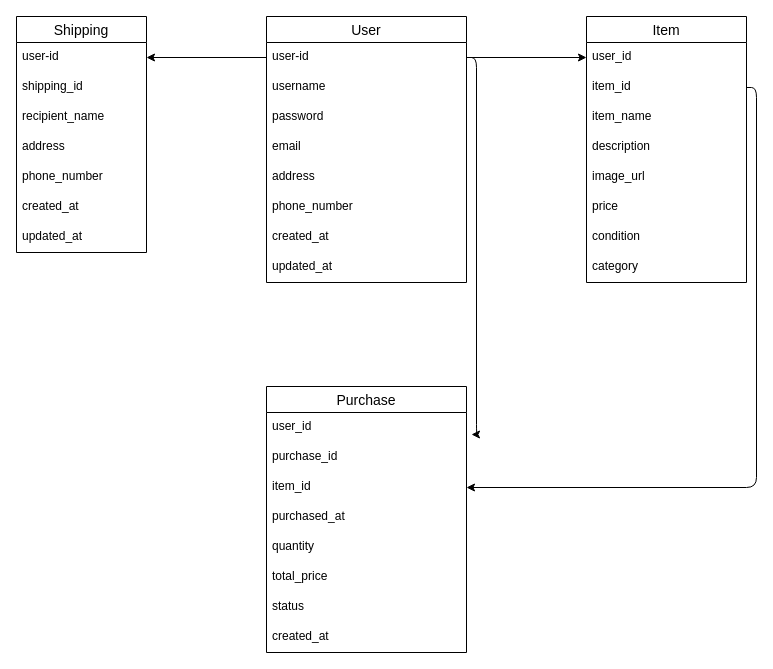
rukorietta/furima-39246 keeps this draw.io diagram as test.dio. Above is the earlier version. Source tidied: cells renumbered, new cells numbered last; positions are measured from the earlier drawing's top-left corner, leaving out a move shared by most shapes. Both pictures are drawn from the tidied source at 100%, with x=0, y=0 at pixel (16, 16).
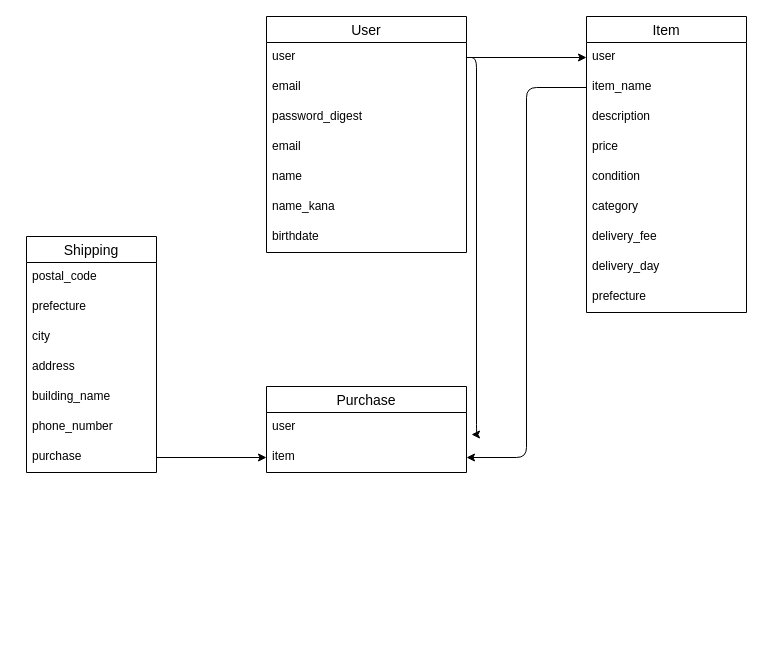
The same page after the edit.

Commit message (it also covers changes not shown here):
REAME/ER図修正

Diff of the diagram source:
```diff
@@
     <mxCell id="2" value="User" style="swimlane;fontStyle=0;horizontal=1;startSize=26;align=center;fontSize=14;" parent="1" vertex="1">
-      <mxGeometry x="250" width="200" height="266" as="geometry" />
+      <mxGeometry x="250" width="200" height="236" as="geometry" />
     </mxCell>
-    <mxCell id="3" value="user-id" style="text;strokeColor=none;fillColor=none;spacingLeft=4;spacingRight=4;overflow=hidden;points=[[0,0.5],[1,0.5]];portConstraint=eastwest;fontSize=12;" parent="2" vertex="1">
+    <mxCell id="3" value="user" style="text;strokeColor=none;fillColor=none;spacingLeft=4;spacingRight=4;overflow=hidden;points=[[0,0.5],[1,0.5]];portConstraint=eastwest;fontSize=12;" parent="2" vertex="1">
       <mxGeometry y="26" width="200" height="30" as="geometry" />
     </mxCell>
-    <mxCell id="4" value="username" style="text;strokeColor=none;fillColor=none;spacingLeft=4;spacingRight=4;overflow=hidden;fontSize=12;" parent="2" vertex="1">
+    <mxCell id="4" value="email" style="text;strokeColor=none;fillColor=none;spacingLeft=4;spacingRight=4;overflow=hidden;fontSize=12;" parent="2" vertex="1">
       <mxGeometry y="56" width="200" height="30" as="geometry" />
     </mxCell>
-    <mxCell id="5" value="password" style="text;strokeColor=none;fillColor=none;spacingLeft=4;spacingRight=4;overflow=hidden;fontSize=12;" parent="2" vertex="1">
+    <mxCell id="5" value="password_digest" style="text;strokeColor=none;fillColor=none;spacingLeft=4;spacingRight=4;overflow=hidden;fontSize=12;" parent="2" vertex="1">
       <mxGeometry y="86" width="200" height="30" as="geometry" />
     </mxCell>
@@
-    <mxCell id="7" value="address" style="text;strokeColor=none;fillColor=none;spacingLeft=4;spacingRight=4;overflow=hidden;fontSize=12;" parent="2" vertex="1">
+    <mxCell id="7" value="name" style="text;strokeColor=none;fillColor=none;spacingLeft=4;spacingRight=4;overflow=hidden;fontSize=12;" parent="2" vertex="1">
       <mxGeometry y="146" width="200" height="30" as="geometry" />
     </mxCell>
-    <mxCell id="8" value="phone_number" style="text;strokeColor=none;fillColor=none;spacingLeft=4;spacingRight=4;overflow=hidden;fontSize=12;" parent="2" vertex="1">
+    <mxCell id="8" value="name_kana" style="text;strokeColor=none;fillColor=none;spacingLeft=4;spacingRight=4;overflow=hidden;fontSize=12;" parent="2" vertex="1">
       <mxGeometry y="176" width="200" height="30" as="geometry" />
     </mxCell>
-    <mxCell id="9" value="created_at" style="text;strokeColor=none;fillColor=none;spacingLeft=4;spacingRight=4;overflow=hidden;fontSize=12;" parent="2" vertex="1">
+    <mxCell id="9" value="birthdate" style="text;strokeColor=none;fillColor=none;spacingLeft=4;spacingRight=4;overflow=hidden;fontSize=12;" parent="2" vertex="1">
       <mxGeometry y="206" width="200" height="30" as="geometry" />
     </mxCell>
-    <mxCell id="10" value="updated_at" style="text;strokeColor=none;fillColor=none;spacingLeft=4;spacingRight=4;overflow=hidden;fontSize=12;" parent="2" vertex="1">
-      <mxGeometry y="236" width="200" height="30" as="geometry" />
-    </mxCell>
     <mxCell id="11" value="Item" style="swimlane;fontStyle=0;horizontal=1;startSize=26;align=center;fontSize=14;" parent="1" vertex="1">
-      <mxGeometry x="570" width="160" height="266" as="geometry" />
+      <mxGeometry x="570" width="160" height="296" as="geometry" />
     </mxCell>
-    <mxCell id="12" value="user_id" style="text;strokeColor=none;fillColor=none;spacingLeft=4;spacingRight=4;overflow=hidden;points=[[0,0.5],[1,0.5]];portConstraint=eastwest;fontSize=12;" parent="11" vertex="1">
+    <mxCell id="12" value="user" style="text;strokeColor=none;fillColor=none;spacingLeft=4;spacingRight=4;overflow=hidden;points=[[0,0.5],[1,0.5]];portConstraint=eastwest;fontSize=12;" parent="11" vertex="1">
       <mxGeometry y="26" width="160" height="30" as="geometry" />
     </mxCell>
-    <mxCell id="13" value="item_id" style="text;strokeColor=none;fillColor=none;spacingLeft=4;spacingRight=4;overflow=hidden;points=[[0,0.5],[1,0.5]];portConstraint=eastwest;fontSize=12;" parent="11" vertex="1">
+    <mxCell id="13" value="item_name" style="text;strokeColor=none;fillColor=none;spacingLeft=4;spacingRight=4;overflow=hidden;points=[[0,0.5],[1,0.5]];portConstraint=eastwest;fontSize=12;" parent="11" vertex="1">
       <mxGeometry y="56" width="160" height="30" as="geometry" />
     </mxCell>
-    <mxCell id="14" value="item_name" style="text;strokeColor=none;fillColor=none;spacingLeft=4;spacingRight=4;overflow=hidden;fontSize=12;" parent="11" vertex="1">
-      <mxGeometry y="86" width="160" height="30" as="geometry" />
-    </mxCell>
     <mxCell id="15" value="description" style="text;strokeColor=none;fillColor=none;spacingLeft=4;spacingRight=4;overflow=hidden;fontSize=12;" parent="11" vertex="1">
-      <mxGeometry y="116" width="160" height="30" as="geometry" />
+      <mxGeometry y="86" width="160" height="30" as="geometry" />
     </mxCell>
-    <mxCell id="16" value="image_url" style="text;strokeColor=none;fillColor=none;spacingLeft=4;spacingRight=4;overflow=hidden;fontSize=12;" parent="11" vertex="1">
-      <mxGeometry y="146" width="160" height="30" as="geometry" />
-    </mxCell>
     <mxCell id="17" value="price" style="text;strokeColor=none;fillColor=none;spacingLeft=4;spacingRight=4;overflow=hidden;fontSize=12;" parent="11" vertex="1">
-      <mxGeometry y="176" width="160" height="30" as="geometry" />
+      <mxGeometry y="116" width="160" height="30" as="geometry" />
     </mxCell>
     <mxCell id="18" value="condition" style="text;strokeColor=none;fillColor=none;spacingLeft=4;spacingRight=4;overflow=hidden;fontSize=12;" parent="11" vertex="1">
-      <mxGeometry y="206" width="160" height="30" as="geometry" />
+      <mxGeometry y="146" width="160" height="30" as="geometry" />
     </mxCell>
     <mxCell id="19" value="category" style="text;strokeColor=none;fillColor=none;spacingLeft=4;spacingRight=4;overflow=hidden;fontSize=12;" parent="11" vertex="1">
-      <mxGeometry y="236" width="160" height="30" as="geometry" />
+      <mxGeometry y="176" width="160" height="30" as="geometry" />
     </mxCell>
+    <mxCell id="41" value="delivery_fee" style="text;strokeColor=none;fillColor=none;spacingLeft=4;spacingRight=4;overflow=hidden;fontSize=12;" parent="11" vertex="1">
+      <mxGeometry y="206" width="160" height="30" as="geometry" />
+    </mxCell>
+    <mxCell id="42" value="delivery_day" style="text;strokeColor=none;fillColor=none;spacingLeft=4;spacingRight=4;overflow=hidden;fontSize=12;" parent="11" vertex="1">
+      <mxGeometry y="236" width="160" height="30" as="geometry" />
+    </mxCell>
+    <mxCell id="43" value="prefecture" style="text;strokeColor=none;fillColor=none;spacingLeft=4;spacingRight=4;overflow=hidden;fontSize=12;" parent="11" vertex="1">
+      <mxGeometry y="266" width="160" height="30" as="geometry" />
+    </mxCell>
     <mxCell id="20" value="Purchase" style="swimlane;fontStyle=0;horizontal=1;startSize=26;align=center;fontSize=14;" parent="1" vertex="1">
-      <mxGeometry x="250" y="370" width="200" height="266" as="geometry" />
+      <mxGeometry x="250" y="370" width="200" height="86" as="geometry" />
     </mxCell>
-    <mxCell id="21" value="user_id" style="text;strokeColor=none;fillColor=none;spacingLeft=4;spacingRight=4;overflow=hidden;points=[[0,0.5],[1,0.5]];portConstraint=eastwest;fontSize=12;" parent="20" vertex="1">
+    <mxCell id="21" value="user" style="text;strokeColor=none;fillColor=none;spacingLeft=4;spacingRight=4;overflow=hidden;points=[[0,0.5],[1,0.5]];portConstraint=eastwest;fontSize=12;" parent="20" vertex="1">
       <mxGeometry y="26" width="200" height="30" as="geometry" />
     </mxCell>
-    <mxCell id="22" value="purchase_id" style="text;strokeColor=none;fillColor=none;spacingLeft=4;spacingRight=4;overflow=hidden;fontSize=12;" parent="20" vertex="1">
-      <mxGeometry y="56" width="200" height="30" as="geometry" />
-    </mxCell>
-    <mxCell id="23" value="item_id" style="text;strokeColor=none;fillColor=none;spacingLeft=4;spacingRight=4;overflow=hidden;points=[[0,0.5],[1,0.5]];portConstraint=eastwest;fontSize=12;" parent="20" vertex="1">
-      <mxGeometry y="86" width="200" height="30" as="geometry" />
+    <mxCell id="23" value="item" style="text;strokeColor=none;fillColor=none;spacingLeft=4;spacingRight=4;overflow=hidden;points=[[0,0.5],[1,0.5]];portConstraint=eastwest;fontSize=12;" parent="20" vertex="1">
+      <mxGeometry y="56" width="200" height="30" as="geometry" />
     </mxCell>
-    <mxCell id="24" value="purchased_at" style="text;strokeColor=none;fillColor=none;spacingLeft=4;spacingRight=4;overflow=hidden;fontSize=12;" parent="20" vertex="1">
-      <mxGeometry y="116" width="200" height="30" as="geometry" />
-    </mxCell>
-    <mxCell id="25" value="quantity" style="text;strokeColor=none;fillColor=none;spacingLeft=4;spacingRight=4;overflow=hidden;fontSize=12;" parent="20" vertex="1">
-      <mxGeometry y="146" width="200" height="30" as="geometry" />
-    </mxCell>
-    <mxCell id="26" value="total_price" style="text;strokeColor=none;fillColor=none;spacingLeft=4;spacingRight=4;overflow=hidden;fontSize=12;" parent="20" vertex="1">
-      <mxGeometry y="176" width="200" height="30" as="geometry" />
-    </mxCell>
-    <mxCell id="27" value="status" style="text;strokeColor=none;fillColor=none;spacingLeft=4;spacingRight=4;overflow=hidden;fontSize=12;" parent="20" vertex="1">
-      <mxGeometry y="206" width="200" height="30" as="geometry" />
-    </mxCell>
-    <mxCell id="28" value="created_at" style="text;strokeColor=none;fillColor=none;spacingLeft=4;spacingRight=4;overflow=hidden;fontSize=12;" parent="20" vertex="1">
-      <mxGeometry y="236" width="200" height="30" as="geometry" />
-    </mxCell>
     <mxCell id="29" value="Shipping" style="swimlane;fontStyle=0;horizontal=1;startSize=26;align=center;fontSize=14;" parent="1" vertex="1">
-      <mxGeometry width="130" height="236" as="geometry" />
+      <mxGeometry x="10" y="220" width="130" height="236" as="geometry" />
     </mxCell>
-    <mxCell id="30" value="user-id" style="text;strokeColor=none;fillColor=none;spacingLeft=4;spacingRight=4;overflow=hidden;points=[[0,0.5],[1,0.5]];portConstraint=eastwest;fontSize=12;" parent="29" vertex="1">
+    <mxCell id="30" value="postal_code" style="text;strokeColor=none;fillColor=none;spacingLeft=4;spacingRight=4;overflow=hidden;points=[[0,0.5],[1,0.5]];portConstraint=eastwest;fontSize=12;" parent="29" vertex="1">
       <mxGeometry y="26" width="130" height="30" as="geometry" />
     </mxCell>
-    <mxCell id="31" value="shipping_id" style="text;strokeColor=none;fillColor=none;spacingLeft=4;spacingRight=4;overflow=hidden;fontSize=12;" parent="29" vertex="1">
+    <mxCell id="31" value="prefecture" style="text;strokeColor=none;fillColor=none;spacingLeft=4;spacingRight=4;overflow=hidden;fontSize=12;" parent="29" vertex="1">
       <mxGeometry y="56" width="130" height="30" as="geometry" />
     </mxCell>
-    <mxCell id="32" value="recipient_name" style="text;strokeColor=none;fillColor=none;spacingLeft=4;spacingRight=4;overflow=hidden;fontSize=12;" parent="29" vertex="1">
+    <mxCell id="32" value="city" style="text;strokeColor=none;fillColor=none;spacingLeft=4;spacingRight=4;overflow=hidden;fontSize=12;" parent="29" vertex="1">
       <mxGeometry y="86" width="130" height="30" as="geometry" />
     </mxCell>
@@
-    <mxCell id="34" value="phone_number" style="text;strokeColor=none;fillColor=none;spacingLeft=4;spacingRight=4;overflow=hidden;fontSize=12;" parent="29" vertex="1">
+    <mxCell id="34" value="building_name" style="text;strokeColor=none;fillColor=none;spacingLeft=4;spacingRight=4;overflow=hidden;fontSize=12;" parent="29" vertex="1">
       <mxGeometry y="146" width="130" height="30" as="geometry" />
     </mxCell>
-    <mxCell id="35" value="created_at" style="text;strokeColor=none;fillColor=none;spacingLeft=4;spacingRight=4;overflow=hidden;fontSize=12;" parent="29" vertex="1">
+    <mxCell id="35" value="phone_number" style="text;strokeColor=none;fillColor=none;spacingLeft=4;spacingRight=4;overflow=hidden;fontSize=12;" parent="29" vertex="1">
       <mxGeometry y="176" width="130" height="30" as="geometry" />
     </mxCell>
-    <mxCell id="36" value="updated_at" style="text;strokeColor=none;fillColor=none;spacingLeft=4;spacingRight=4;overflow=hidden;points=[[0,0.5],[1,0.5]];portConstraint=eastwest;fontSize=12;" parent="29" vertex="1">
+    <mxCell id="36" value="purchase" style="text;strokeColor=none;fillColor=none;spacingLeft=4;spacingRight=4;overflow=hidden;points=[[0,0.5],[1,0.5]];portConstraint=eastwest;fontSize=12;" parent="29" vertex="1">
       <mxGeometry y="206" width="130" height="30" as="geometry" />
     </mxCell>
@@
-    <mxCell id="38" style="edgeStyle=orthogonalEdgeStyle;html=1;exitX=0;exitY=0.5;exitDx=0;exitDy=0;entryX=1;entryY=0.5;entryDx=0;entryDy=0;" parent="1" edge="1" source="3" target="30">
-      <mxGeometry relative="1" as="geometry" />
-    </mxCell>
+    <mxCell id="40" style="edgeStyle=orthogonalEdgeStyle;html=1;exitX=1;exitY=0.5;exitDx=0;exitDy=0;entryX=1.025;entryY=0.733;entryDx=0;entryDy=0;entryPerimeter=0;" parent="1" edge="1" source="3" target="21">
+      <mxGeometry relative="1" as="geometry" />
+    </mxCell>
-    <mxCell id="39" style="edgeStyle=orthogonalEdgeStyle;html=1;exitX=1;exitY=0.5;exitDx=0;exitDy=0;entryX=1;entryY=0.5;entryDx=0;entryDy=0;" parent="1" edge="1" source="13" target="23">
+    <mxCell id="39" style="edgeStyle=orthogonalEdgeStyle;html=1;exitX=0;exitY=0.5;exitDx=0;exitDy=0;entryX=1;entryY=0.5;entryDx=0;entryDy=0;" parent="1" edge="1" source="13" target="23">
       <mxGeometry relative="1" as="geometry" />
     </mxCell>
-    <mxCell id="40" style="edgeStyle=orthogonalEdgeStyle;html=1;exitX=1;exitY=0.5;exitDx=0;exitDy=0;entryX=1.025;entryY=0.733;entryDx=0;entryDy=0;entryPerimeter=0;" parent="1" edge="1" source="3" target="21">
-      <mxGeometry relative="1" as="geometry" />
-    </mxCell>
+    <mxCell id="44" style="edgeStyle=orthogonalEdgeStyle;html=1;exitX=1;exitY=0.5;exitDx=0;exitDy=0;entryX=0;entryY=0.5;entryDx=0;entryDy=0;" parent="1" edge="1" source="36" target="23">
+      <mxGeometry relative="1" as="geometry" />
+    </mxCell>
```
